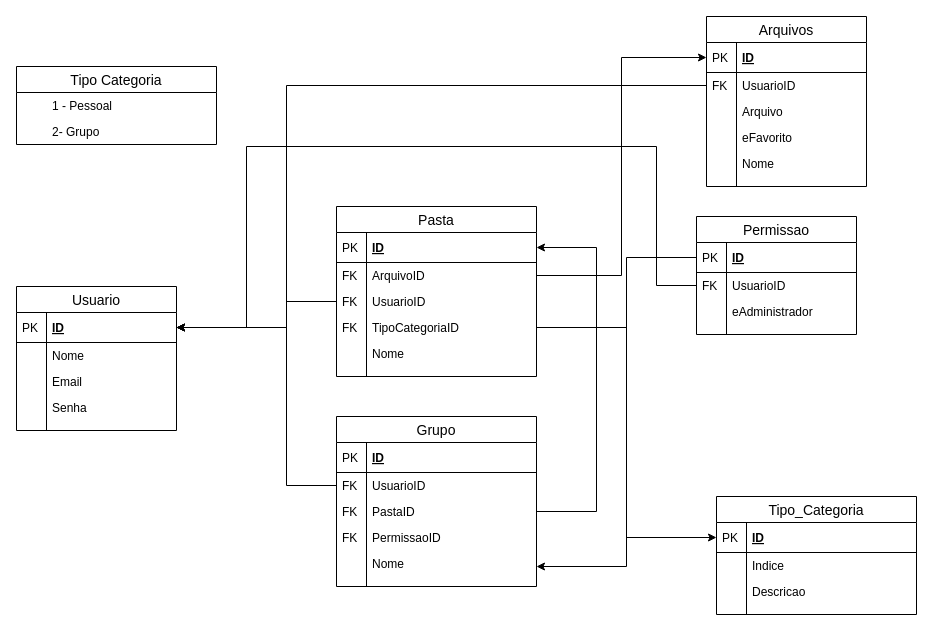
Earlier version of the draw.io diagram documentation/Project_Diagram_ERD.drawio (VictorManduca/dev_drop). Source tidied: cells renumbered, new cells numbered last; positions are measured from the earlier drawing's top-left corner, leaving out a move shared by most shapes. Both pictures are drawn from the tidied source at 100%, with x=0, y=0 at pixel (16, 16).
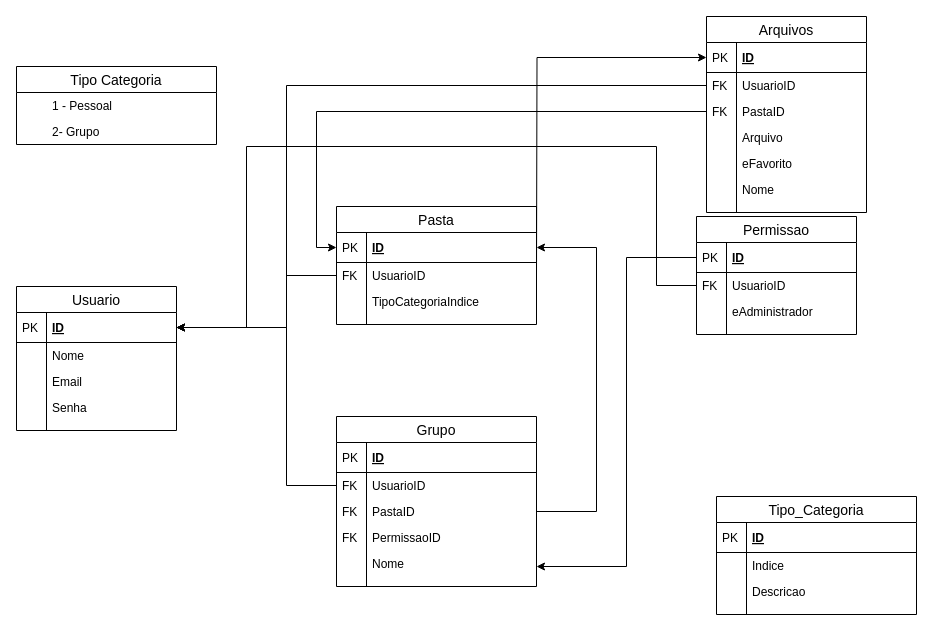
After the change.

Unchanged cells that the change refers to:
```xml
<mxCell id="3" value="ID" style="shape=partialRectangle;top=0;left=0;right=0;bottom=1;align=left;verticalAlign=middle;fillColor=none;spacingLeft=34;spacingRight=4;overflow=hidden;points=[[0,0.5],[1,0.5]];portConstraint=eastwest;fontStyle=5;fontSize=12;" parent="2" vertex="1">
  <mxGeometry y="26" width="160" height="30" as="geometry" />
</mxCell>
<mxCell id="16" value="ID" style="shape=partialRectangle;top=0;left=0;right=0;bottom=1;align=left;verticalAlign=middle;fillColor=none;spacingLeft=34;spacingRight=4;overflow=hidden;points=[[0,0.5],[1,0.5]];portConstraint=eastwest;fontStyle=5;fontSize=12;" parent="15" vertex="1">
  <mxGeometry y="26" width="200" height="30" as="geometry" />
</mxCell>
<mxCell id="26" value="ID" style="shape=partialRectangle;top=0;left=0;right=0;bottom=1;align=left;verticalAlign=middle;fillColor=none;spacingLeft=34;spacingRight=4;overflow=hidden;points=[[0,0.5],[1,0.5]];portConstraint=eastwest;fontStyle=5;fontSize=12;" parent="25" vertex="1">
  <mxGeometry y="26" width="200" height="30" as="geometry" />
</mxCell>
<mxCell id="55" value="ID" style="shape=partialRectangle;top=0;left=0;right=0;bottom=1;align=left;verticalAlign=middle;fillColor=none;spacingLeft=34;spacingRight=4;overflow=hidden;points=[[0,0.5],[1,0.5]];portConstraint=eastwest;fontStyle=5;fontSize=12;" parent="54" vertex="1">
  <mxGeometry y="26" width="160" height="30" as="geometry" />
</mxCell>
```

Diff of the diagram source:
```diff
@@
     <mxCell id="13" style="edgeStyle=orthogonalEdgeStyle;rounded=0;jettySize=auto;html=1;entryX=1;entryY=0.5;entryDx=0;entryDy=0;" parent="1" edge="1" source="30" target="3">
       <mxGeometry relative="1" as="geometry">
         <Array as="points">
-          <mxPoint x="270" y="285" />
+          <mxPoint x="270" y="259" />
           <mxPoint x="270" y="311" />
         </Array>
       </mxGeometry>
     </mxCell>
@@
     <mxCell id="25" value="Pasta" style="swimlane;fontStyle=0;horizontal=1;startSize=26;align=center;fontSize=14;" parent="1" vertex="1">
-      <mxGeometry x="320" y="190" width="200" height="170" as="geometry" />
+      <mxGeometry x="320" y="190" width="200" height="118" as="geometry" />
     </mxCell>
@@
-    <mxCell id="28" value="ArquivoID" style="shape=partialRectangle;top=0;left=0;right=0;bottom=0;align=left;verticalAlign=top;fillColor=none;spacingLeft=34;spacingRight=4;overflow=hidden;points=[[0,0.5],[1,0.5]];portConstraint=eastwest;fontSize=12;" parent="25" vertex="1">
-      <mxGeometry y="56" width="200" height="26" as="geometry" />
-    </mxCell>
-    <mxCell id="29" value="FK" style="shape=partialRectangle;top=0;left=0;bottom=0;fillColor=none;align=left;verticalAlign=top;spacingLeft=4;spacingRight=4;overflow=hidden;fontSize=12;" parent="28" vertex="1">
-      <mxGeometry width="30" height="26" as="geometry" />
-    </mxCell>
     <mxCell id="30" value="UsuarioID" style="shape=partialRectangle;top=0;left=0;right=0;bottom=0;align=left;verticalAlign=top;fillColor=none;spacingLeft=34;spacingRight=4;overflow=hidden;points=[[0,0.5],[1,0.5]];portConstraint=eastwest;fontSize=12;" parent="25" vertex="1">
-      <mxGeometry y="82" width="200" height="26" as="geometry" />
+      <mxGeometry y="56" width="200" height="26" as="geometry" />
     </mxCell>
@@
-    <mxCell id="32" value="TipoCategoriaID" style="shape=partialRectangle;top=0;left=0;right=0;bottom=0;align=left;verticalAlign=top;fillColor=none;spacingLeft=34;spacingRight=4;overflow=hidden;points=[[0,0.5],[1,0.5]];portConstraint=eastwest;fontSize=12;" parent="25" vertex="1">
-      <mxGeometry y="108" width="200" height="26" as="geometry" />
+    <mxCell id="32" value="TipoCategoriaIndice" style="shape=partialRectangle;top=0;left=0;right=0;bottom=0;align=left;verticalAlign=top;fillColor=none;spacingLeft=34;spacingRight=4;overflow=hidden;points=[[0,0.5],[1,0.5]];portConstraint=eastwest;fontSize=12;" parent="25" vertex="1">
+      <mxGeometry y="82" width="200" height="26" as="geometry" />
     </mxCell>
-    <mxCell id="33" value="FK" style="shape=partialRectangle;top=0;left=0;bottom=0;fillColor=none;align=left;verticalAlign=top;spacingLeft=4;spacingRight=4;overflow=hidden;fontSize=12;" parent="32" vertex="1">
+    <mxCell id="33" style="shape=partialRectangle;top=0;left=0;bottom=0;fillColor=none;align=left;verticalAlign=top;spacingLeft=4;spacingRight=4;overflow=hidden;fontSize=12;" parent="32" vertex="1">
       <mxGeometry width="30" height="26" as="geometry" />
     </mxCell>
-    <mxCell id="34" value="Nome" style="shape=partialRectangle;top=0;left=0;right=0;bottom=0;align=left;verticalAlign=top;fillColor=none;spacingLeft=34;spacingRight=4;overflow=hidden;fontSize=12;" parent="25" vertex="1">
-      <mxGeometry y="134" width="200" height="26" as="geometry" />
-    </mxCell>
-    <mxCell id="35" style="shape=partialRectangle;top=0;left=0;bottom=0;fillColor=none;align=left;verticalAlign=top;spacingLeft=4;spacingRight=4;overflow=hidden;fontSize=12;" parent="34" vertex="1">
-      <mxGeometry width="30" height="26" as="geometry" />
-    </mxCell>
     <mxCell id="36" style="shape=partialRectangle;top=0;left=0;right=0;bottom=0;align=left;verticalAlign=top;fillColor=none;spacingLeft=34;spacingRight=4;overflow=hidden;fontSize=12;" parent="25" vertex="1">
-      <mxGeometry y="160" width="200" height="10" as="geometry" />
+      <mxGeometry y="108" width="200" height="10" as="geometry" />
     </mxCell>
@@
-    <mxCell id="51" style="edgeStyle=orthogonalEdgeStyle;rounded=0;jettySize=auto;html=1;entryX=0;entryY=0.5;entryDx=0;entryDy=0;" parent="1" edge="1" source="32" target="16">
-      <mxGeometry relative="1" as="geometry" />
-    </mxCell>
-    <mxCell id="52" style="edgeStyle=orthogonalEdgeStyle;rounded=0;jettySize=auto;html=1;entryX=0;entryY=0.5;entryDx=0;entryDy=0;" parent="1" edge="1" source="28" target="55">
-      <mxGeometry relative="1" as="geometry" />
+    <mxCell id="52" style="edgeStyle=orthogonalEdgeStyle;rounded=0;jettySize=auto;html=1;entryX=0;entryY=0.5;entryDx=0;entryDy=0;" parent="1" edge="1" target="55">
+      <mxGeometry relative="1" as="geometry">
+        <mxPoint x="520" y="259" as="sourcePoint" />
+      </mxGeometry>
     </mxCell>
@@
     <mxCell id="54" value="Arquivos" style="swimlane;fontStyle=0;horizontal=1;startSize=26;align=center;fontSize=14;" parent="1" vertex="1">
-      <mxGeometry x="690" width="160" height="170" as="geometry" />
+      <mxGeometry x="690" width="160" height="196" as="geometry" />
     </mxCell>
@@
+    <mxCell id="81" value="PastaID" style="shape=partialRectangle;top=0;left=0;right=0;bottom=0;align=left;verticalAlign=top;fillColor=none;spacingLeft=34;spacingRight=4;overflow=hidden;points=[[0,0.5],[1,0.5]];portConstraint=eastwest;fontSize=12;" parent="54" vertex="1">
+      <mxGeometry y="82" width="160" height="26" as="geometry" />
+    </mxCell>
+    <mxCell id="29" value="FK" style="shape=partialRectangle;top=0;left=0;bottom=0;fillColor=none;align=left;verticalAlign=top;spacingLeft=4;spacingRight=4;overflow=hidden;fontSize=12;" parent="81" vertex="1">
+      <mxGeometry width="30" height="26" as="geometry" />
+    </mxCell>
     <mxCell id="59" value="Arquivo" style="shape=partialRectangle;top=0;left=0;right=0;bottom=0;align=left;verticalAlign=top;fillColor=none;spacingLeft=34;spacingRight=4;overflow=hidden;fontSize=12;" parent="54" vertex="1">
-      <mxGeometry y="82" width="160" height="26" as="geometry" />
+      <mxGeometry y="108" width="160" height="26" as="geometry" />
     </mxCell>
@@
     <mxCell id="61" value="eFavorito" style="shape=partialRectangle;top=0;left=0;right=0;bottom=0;align=left;verticalAlign=top;fillColor=none;spacingLeft=34;spacingRight=4;overflow=hidden;fontSize=12;" parent="54" vertex="1">
-      <mxGeometry y="108" width="160" height="26" as="geometry" />
+      <mxGeometry y="134" width="160" height="26" as="geometry" />
     </mxCell>
@@
     <mxCell id="63" value="Nome" style="shape=partialRectangle;top=0;left=0;right=0;bottom=0;align=left;verticalAlign=top;fillColor=none;spacingLeft=34;spacingRight=4;overflow=hidden;fontSize=12;" parent="54" vertex="1">
-      <mxGeometry y="134" width="160" height="26" as="geometry" />
+      <mxGeometry y="160" width="160" height="26" as="geometry" />
     </mxCell>
@@
     <mxCell id="65" style="shape=partialRectangle;top=0;left=0;right=0;bottom=0;align=left;verticalAlign=top;fillColor=none;spacingLeft=34;spacingRight=4;overflow=hidden;fontSize=12;" parent="54" vertex="1">
-      <mxGeometry y="160" width="160" height="10" as="geometry" />
+      <mxGeometry y="186" width="160" height="10" as="geometry" />
     </mxCell>
@@
+    <mxCell id="82" style="edgeStyle=orthogonalEdgeStyle;rounded=0;jettySize=auto;html=1;entryX=0;entryY=0.5;entryDx=0;entryDy=0;" parent="1" edge="1" source="81" target="26">
+      <mxGeometry relative="1" as="geometry" />
+    </mxCell>
```
